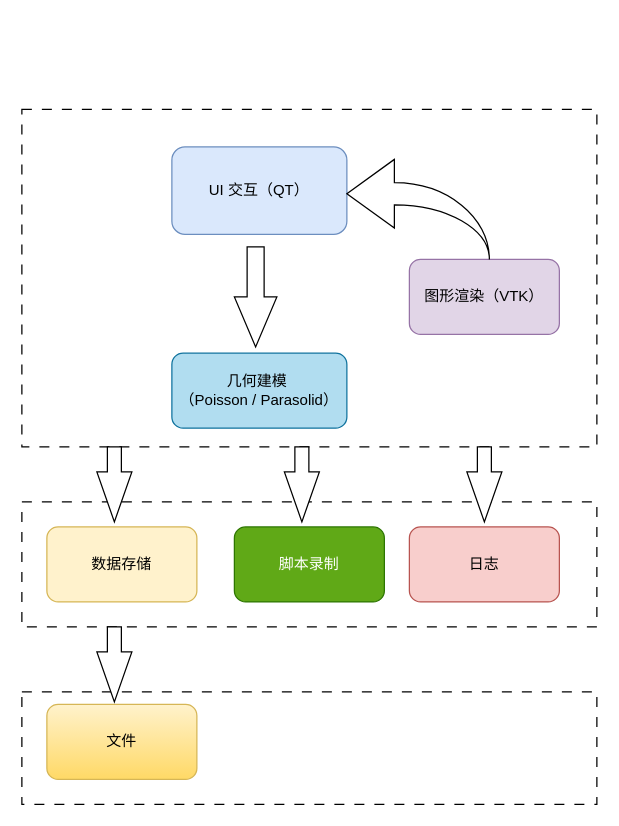
This is VTT架构.drawio from jiangyu945/Doc, a draw.io file, before an edit. Source tidied: cells renumbered, new cells numbered last; positions are measured from the earlier drawing's top-left corner, leaving out a move shared by most shapes. Both pictures are drawn from the tidied source at 125%, with x=0, y=0 at pixel (21, 109).
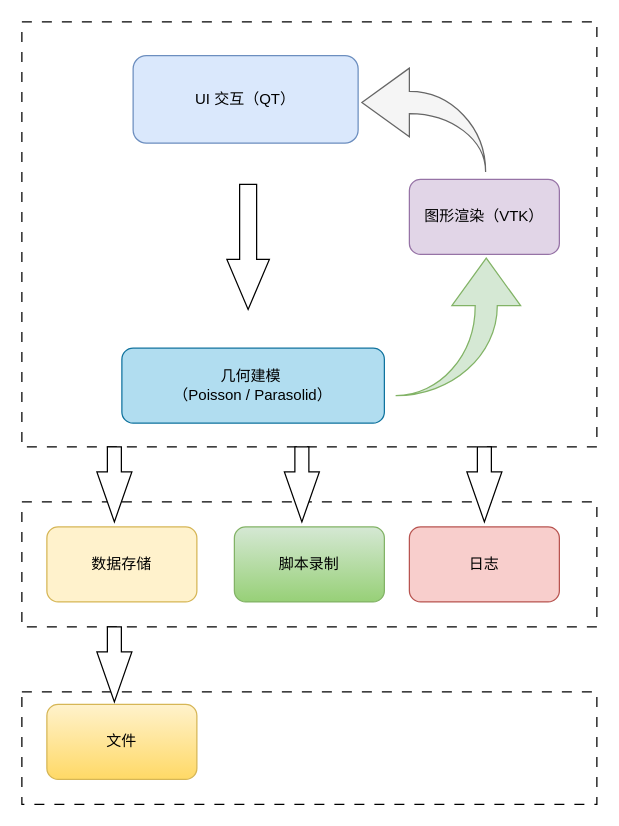
After the change.

Change to the diagram source:
```diff
@@
 <mxGraphModel>
   <root>
     <mxCell id="0" />
     <mxCell id="1" parent="0" />
     <mxCell id="2" style="rounded=0;whiteSpace=wrap;html=1;fillStyle=dashed;dashed=1;dashPattern=8 8;" parent="1" vertex="1">
       <mxGeometry y="466" width="460" height="90" as="geometry" />
     </mxCell>
     <mxCell id="3" style="rounded=0;whiteSpace=wrap;html=1;fillStyle=dashed;dashed=1;dashPattern=8 8;" parent="1" vertex="1">
       <mxGeometry y="314" width="460" height="100" as="geometry" />
     </mxCell>
     <mxCell id="4" style="rounded=0;whiteSpace=wrap;html=1;fillStyle=dashed;dashed=1;dashPattern=8 8;" parent="1" vertex="1">
-      <mxGeometry width="460" height="270" as="geometry" />
+      <mxGeometry y="-70" width="460" height="340" as="geometry" />
     </mxCell>
     <mxCell id="5" value="UI 交互（QT）" style="rounded=1;whiteSpace=wrap;html=1;fillColor=#dae8fc;strokeColor=#6c8ebf;" parent="1" vertex="1">
-      <mxGeometry x="120" y="30" width="140" height="70" as="geometry" />
+      <mxGeometry x="89" y="-43" width="180" height="70" as="geometry" />
     </mxCell>
     <mxCell id="6" value="图形渲染（VTK）" style="rounded=1;whiteSpace=wrap;html=1;fillColor=#e1d5e7;strokeColor=#9673a6;" parent="1" vertex="1">
-      <mxGeometry x="310" y="120" width="120" height="60" as="geometry" />
+      <mxGeometry x="310" y="56" width="120" height="60" as="geometry" />
     </mxCell>
-    <mxCell id="7" value="脚本录制" style="rounded=1;whiteSpace=wrap;html=1;fillColor=#60a917;fontColor=#ffffff;strokeColor=#2D7600;" parent="1" vertex="1">
+    <mxCell id="7" value="脚本录制" style="rounded=1;whiteSpace=wrap;html=1;fillColor=#d5e8d4;strokeColor=#82b366;gradientColor=#97d077;" parent="1" vertex="1">
       <mxGeometry x="170" y="334" width="120" height="60" as="geometry" />
     </mxCell>
     <mxCell id="8" value="数据存储" style="rounded=1;whiteSpace=wrap;html=1;fillColor=#fff2cc;strokeColor=#d6b656;" parent="1" vertex="1">
       <mxGeometry x="20" y="334" width="120" height="60" as="geometry" />
     </mxCell>
     <mxCell id="9" value="文件" style="rounded=1;whiteSpace=wrap;html=1;fillColor=#fff2cc;gradientColor=#ffd966;strokeColor=#d6b656;" parent="1" vertex="1">
       <mxGeometry x="20" y="476" width="120" height="60" as="geometry" />
     </mxCell>
     <mxCell id="10" value="日志" style="rounded=1;whiteSpace=wrap;html=1;fillColor=#f8cecc;strokeColor=#b85450;" parent="1" vertex="1">
       <mxGeometry x="310" y="334" width="120" height="60" as="geometry" />
     </mxCell>
     <mxCell id="11" value="几何建模&amp;nbsp;&lt;div&gt;（Poisson / Parasolid）&lt;/div&gt;" style="rounded=1;whiteSpace=wrap;html=1;fillColor=#b1ddf0;strokeColor=#10739e;" parent="1" vertex="1">
-      <mxGeometry x="120" y="195" width="140" height="60" as="geometry" />
+      <mxGeometry x="80" y="191" width="210" height="60" as="geometry" />
     </mxCell>
     <mxCell id="12" style="html=1;shadow=0;dashed=0;align=center;verticalAlign=middle;shape=mxgraph.arrows2.arrow;dy=0.6;dx=40;direction=south;notch=0;" parent="1" vertex="1">
-      <mxGeometry x="170" y="110" width="34" height="80" as="geometry" />
+      <mxGeometry x="164" y="60" width="34" height="100" as="geometry" />
     </mxCell>
     <mxCell id="13" style="html=1;shadow=0;dashed=0;align=center;verticalAlign=middle;shape=mxgraph.arrows2.arrow;dy=0.6;dx=40;direction=south;notch=0;" parent="1" vertex="1">
       <mxGeometry x="60" y="270" width="28" height="60" as="geometry" />
     </mxCell>
     <mxCell id="14" style="html=1;shadow=0;dashed=0;align=center;verticalAlign=middle;shape=mxgraph.arrows2.arrow;dy=0.6;dx=40;direction=south;notch=0;" parent="1" vertex="1">
       <mxGeometry x="210" y="270" width="28" height="60" as="geometry" />
     </mxCell>
     <mxCell id="15" style="html=1;shadow=0;dashed=0;align=center;verticalAlign=middle;shape=mxgraph.arrows2.arrow;dy=0.6;dx=40;direction=south;notch=0;" parent="1" vertex="1">
       <mxGeometry x="356" y="270" width="28" height="60" as="geometry" />
     </mxCell>
     <mxCell id="16" style="html=1;shadow=0;dashed=0;align=center;verticalAlign=middle;shape=mxgraph.arrows2.arrow;dy=0.6;dx=40;direction=south;notch=0;" parent="1" vertex="1">
       <mxGeometry x="60" y="414" width="28" height="60" as="geometry" />
     </mxCell>
-    <mxCell id="17" style="html=1;shadow=0;dashed=0;align=center;verticalAlign=middle;shape=mxgraph.arrows2.jumpInArrow;dy=8.83;dx=38;arrowHead=55;direction=west;flipH=0;flipV=1;" parent="1" vertex="1">
-      <mxGeometry x="260" y="40" width="114" height="80" as="geometry" />
+    <mxCell id="17" style="html=1;shadow=0;dashed=0;align=center;verticalAlign=middle;shape=mxgraph.arrows2.jumpInArrow;dy=8.83;dx=38;arrowHead=55;direction=west;flipH=0;flipV=1;fillColor=#f5f5f5;fontColor=#333333;strokeColor=#666666;" parent="1" vertex="1">
+      <mxGeometry x="272" y="-33" width="99" height="83" as="geometry" />
     </mxCell>
+    <mxCell id="18" style="html=1;shadow=0;dashed=0;align=center;verticalAlign=middle;shape=mxgraph.arrows2.jumpInArrow;dy=8.83;dx=38;arrowHead=55;direction=south;flipH=0;flipV=1;fillColor=#d5e8d4;strokeColor=#82b366;" parent="1" vertex="1">
+      <mxGeometry x="299" y="119" width="100" height="110" as="geometry" />
+    </mxCell>
   </root>
 </mxGraphModel>
```
